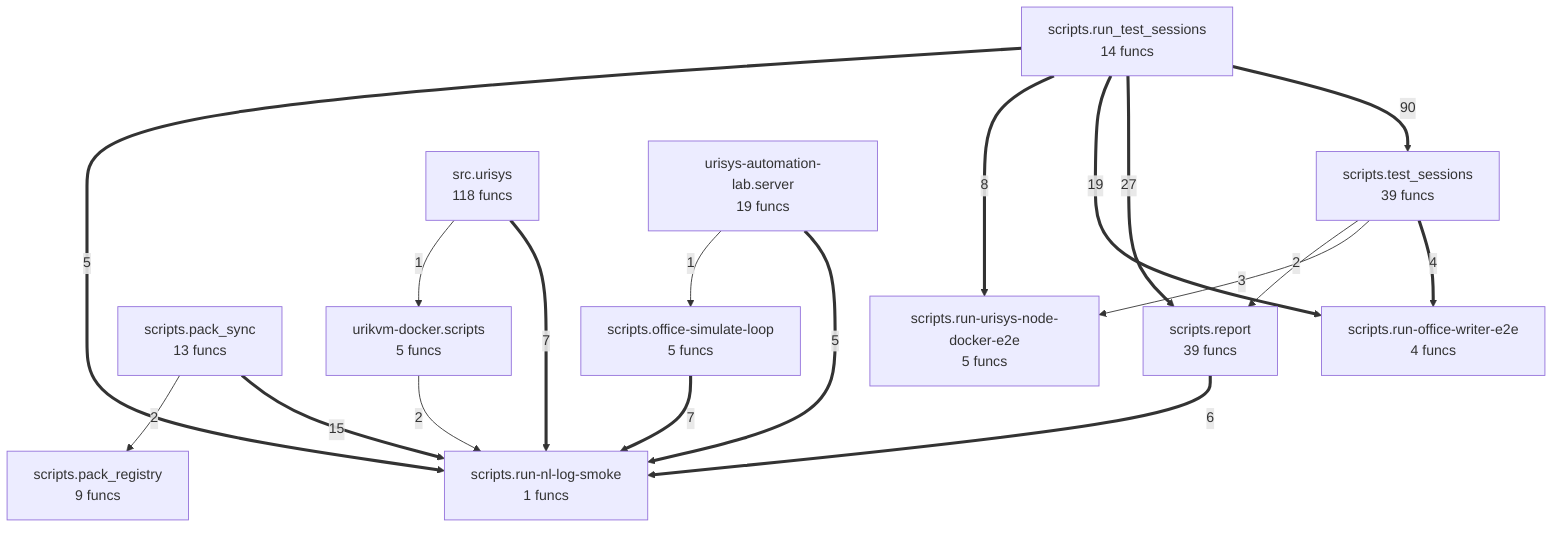
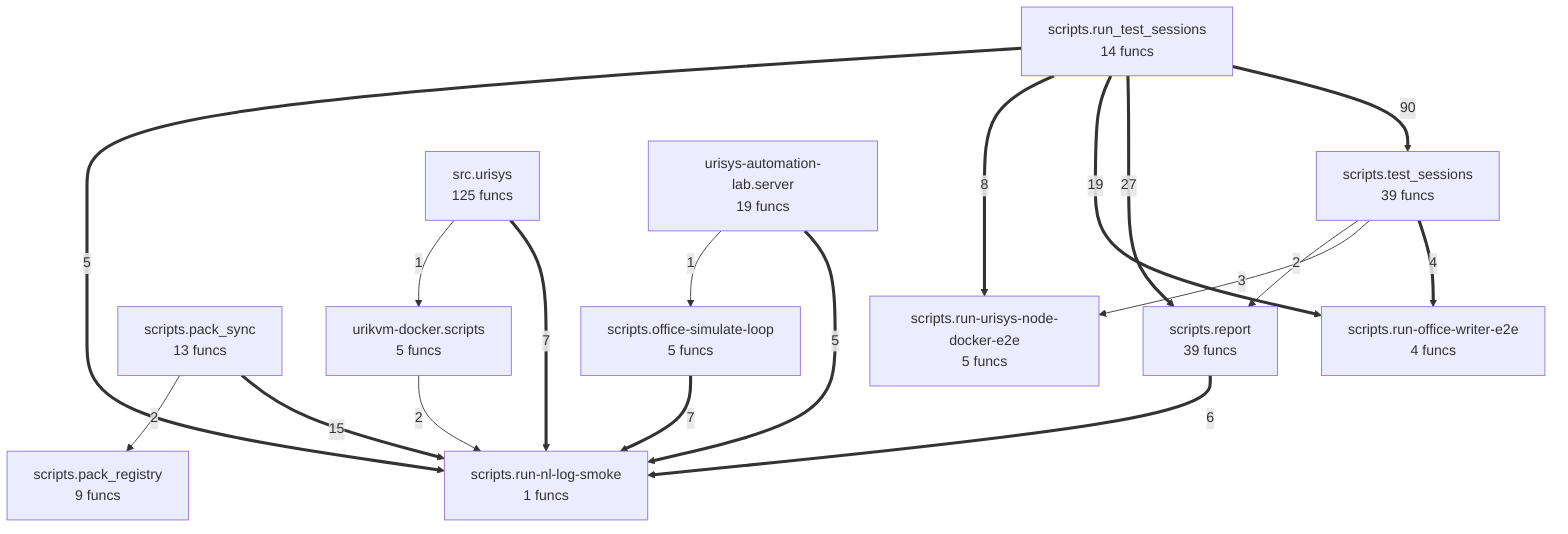
flowchart TD
%% generated in 0.01s
    scripts__office_simulate_loop["scripts.office-simulate-loop<br/>5 funcs"]
    scripts__pack_registry["scripts.pack_registry<br/>9 funcs"]
    scripts__pack_sync["scripts.pack_sync<br/>13 funcs"]
    scripts__report["scripts.report<br/>39 funcs"]
    scripts__run_nl_log_smoke["scripts.run-nl-log-smoke<br/>1 funcs"]
    scripts__run_office_writer_e2e["scripts.run-office-writer-e2e<br/>4 funcs"]
    scripts__run_urisys_node_docker_e2e["scripts.run-urisys-node-docker-e2e<br/>5 funcs"]
    scripts__run_test_sessions["scripts.run_test_sessions<br/>14 funcs"]
    scripts__test_sessions["scripts.test_sessions<br/>39 funcs"]
-     src__urisys["src.urisys<br/>118 funcs"]
+     src__urisys["src.urisys<br/>125 funcs"]
    urikvm_docker__scripts["urikvm-docker.scripts<br/>5 funcs"]
    urisys_automation_lab__server["urisys-automation-lab.server<br/>19 funcs"]
    scripts__run_test_sessions ==>|90| scripts__test_sessions
    scripts__run_test_sessions ==>|27| scripts__report
    scripts__run_test_sessions ==>|19| scripts__run_office_writer_e2e
    scripts__pack_sync ==>|15| scripts__run_nl_log_smoke
    scripts__run_test_sessions ==>|8| scripts__run_urisys_node_docker_e2e
    src__urisys ==>|7| scripts__run_nl_log_smoke
    scripts__office_simulate_loop ==>|7| scripts__run_nl_log_smoke
    scripts__report ==>|6| scripts__run_nl_log_smoke
    scripts__run_test_sessions ==>|5| scripts__run_nl_log_smoke
    urisys_automation_lab__server ==>|5| scripts__run_nl_log_smoke
    scripts__test_sessions ==>|4| scripts__run_office_writer_e2e
    scripts__test_sessions -->|3| scripts__run_urisys_node_docker_e2e
+     scripts__pack_sync -->|2| scripts__pack_registry
    scripts__test_sessions -->|2| scripts__report
    urikvm_docker__scripts -->|2| scripts__run_nl_log_smoke
-     scripts__pack_sync -->|2| scripts__pack_registry
    src__urisys -->|1| urikvm_docker__scripts
    urisys_automation_lab__server -->|1| scripts__office_simulate_loop
